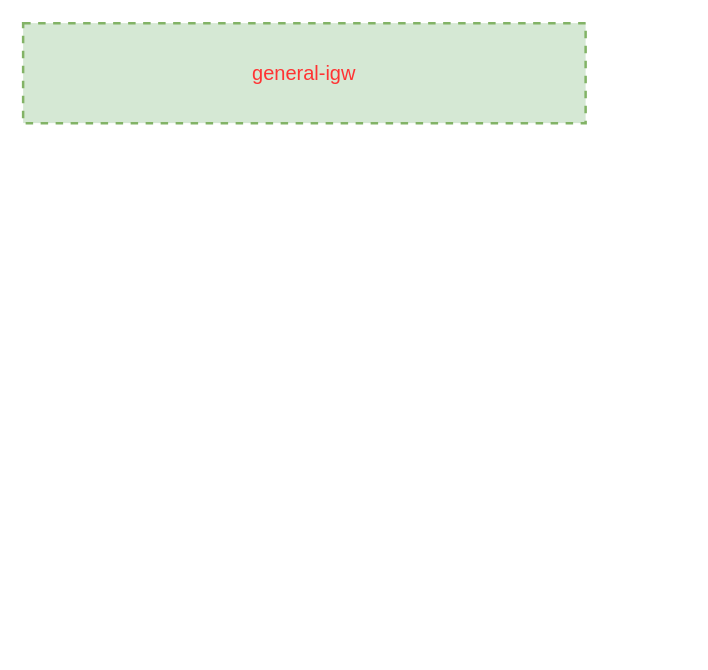
hezhuma/image-repo keeps this draw.io diagram as drawio/网关.drawio. Above is the earlier version. Source tidied: cells renumbered, new cells numbered last; positions are measured from the earlier drawing's top-left corner, leaving out a move shared by most shapes. Both pictures are drawn from the tidied source at 125%, with x=0, y=0 at pixel (22, 22).
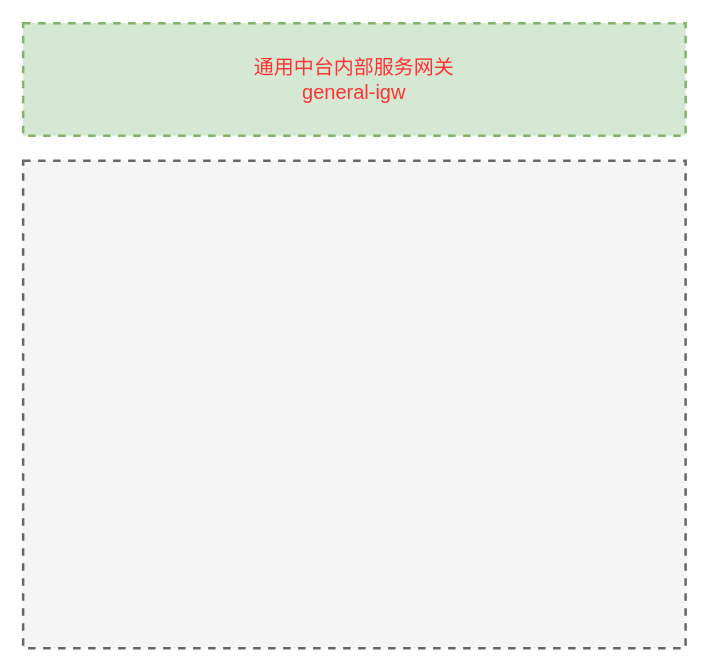
After the change.

What changed in the source:
```diff
@@
 <mxGraphModel>
   <root>
     <mxCell id="0" />
     <mxCell id="1" parent="0" />
-    <mxCell id="2" value="&lt;font color=&quot;#ff3333&quot; style=&quot;font-size: 16px;&quot;&gt;general-igw&lt;/font&gt;" style="rounded=0;whiteSpace=wrap;html=1;dashed=1;strokeWidth=2;fillColor=#d5e8d4;strokeColor=#82b366;" parent="1" vertex="1">
-      <mxGeometry width="450" height="80" as="geometry" />
+    <mxCell id="2" value="&lt;font color=&quot;#ff3333&quot; style=&quot;font-size: 16px;&quot;&gt;通用中台内部服务网关&lt;br&gt;general-igw&lt;/font&gt;" style="rounded=0;whiteSpace=wrap;html=1;dashed=1;strokeWidth=2;fillColor=#d5e8d4;strokeColor=#82b366;" parent="1" vertex="1">
+      <mxGeometry width="530" height="90" as="geometry" />
     </mxCell>
+    <mxCell id="3" style="rounded=0;whiteSpace=wrap;html=1;dashed=1;strokeWidth=2;fillColor=#f5f5f5;fontColor=#333333;strokeColor=#666666;" parent="1" vertex="1">
+      <mxGeometry y="110" width="530" height="390" as="geometry" />
+    </mxCell>
   </root>
 </mxGraphModel>
```
